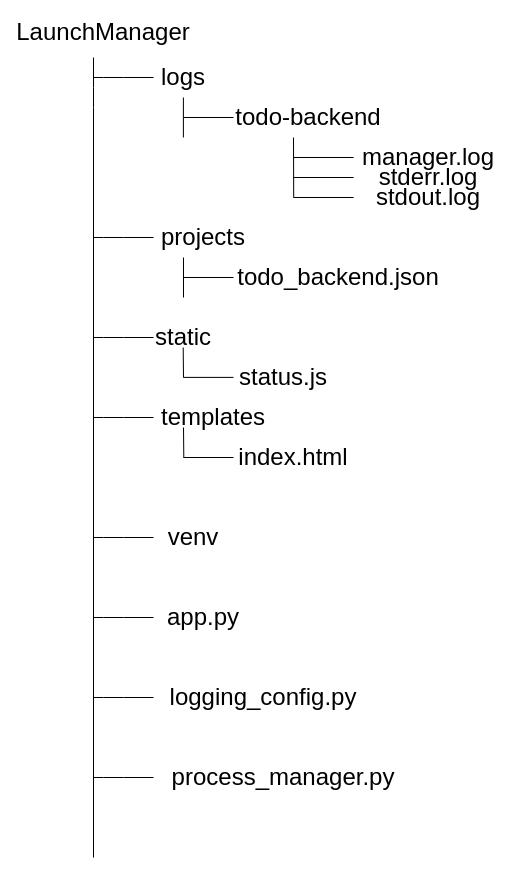
This is design/directry.drawio from AkiyoshiMatsuda/LaunchManager, a draw.io file, before an edit. Source tidied: cells renumbered, new cells numbered last; positions are measured from the earlier drawing's top-left corner, leaving out a move shared by most shapes. Both pictures are drawn from the tidied source at 100%, with x=0, y=0 at pixel (73, 17).
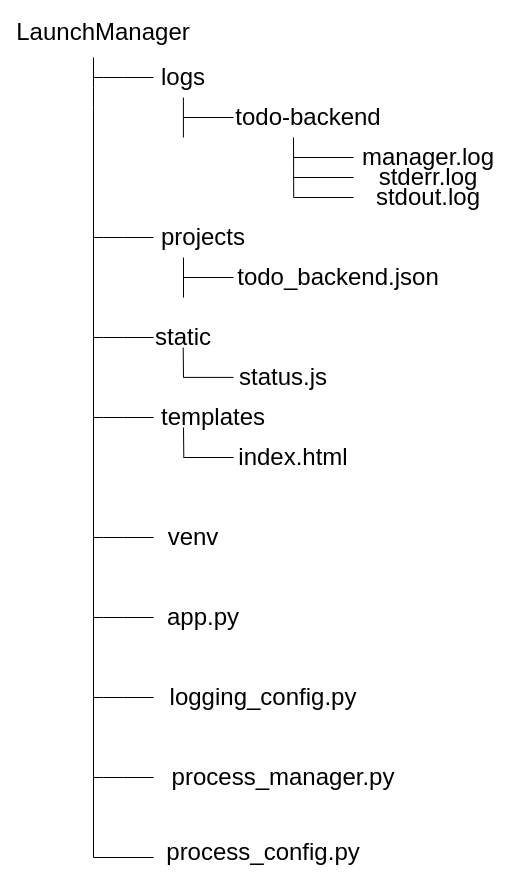
The same page after the edit.

The edit, as a diff of the source:
```diff
@@
+    <mxCell id="39" style="endArrow=none;html=1;" parent="1" edge="1">
+      <mxGeometry relative="1" as="geometry">
+        <mxPoint x="20" y="840" as="sourcePoint" />
+        <mxPoint x="80" y="840" as="targetPoint" />
+      </mxGeometry>
+    </mxCell>
+    <mxCell id="40" value="&lt;font style=&quot;font-size: 24px;&quot;&gt;process_config.py&lt;/font&gt;" style="text;html=1;align=center;verticalAlign=middle;whiteSpace=wrap;rounded=0;" parent="1" vertex="1">
+      <mxGeometry x="160" y="820" width="60" height="30" as="geometry" />
+    </mxCell>
```
